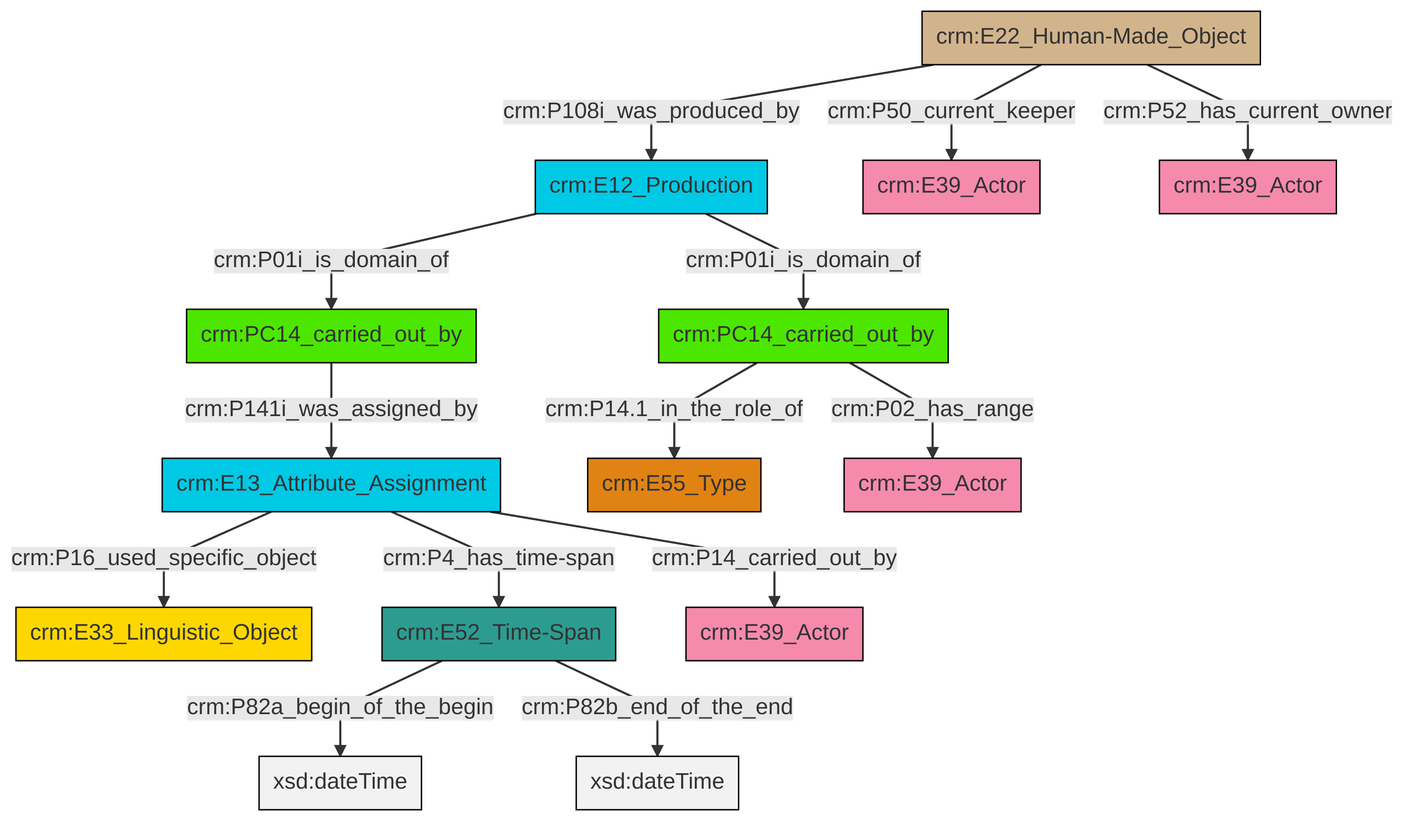
Above: et/carrierCSV/ttl/mmd/png/carrier_relations.png in swiss-art-research-net/docs.swissartresearch (Mermaid), before the change. Its source is kept beside it as et/carrierCSV/ttl/mmd/carrier_relations.ttl.mmd.
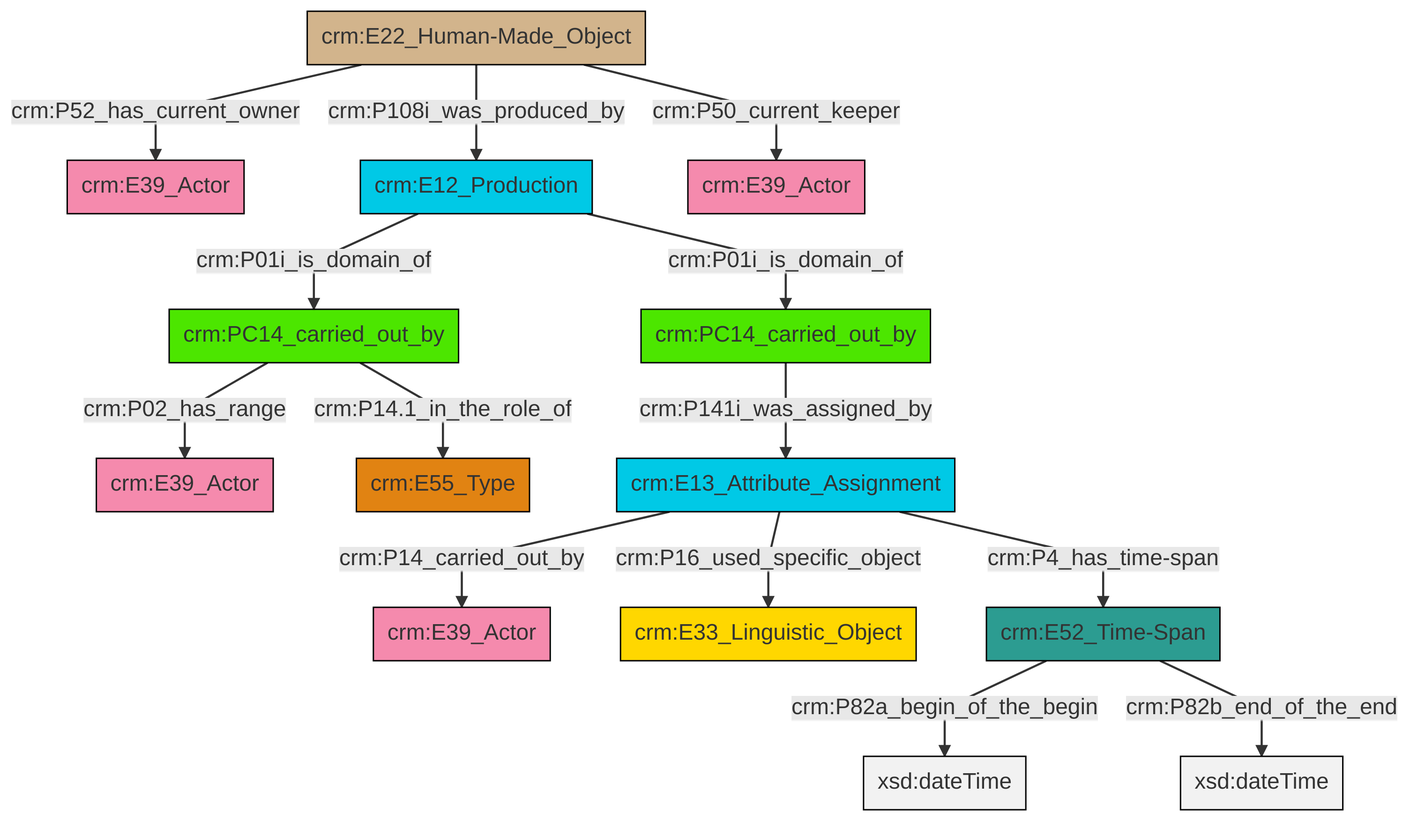
Above is the later version.

Change to the diagram source:
```diff
@@ -13,16 +13,16 @@
 classDef PC_Classes fill:#4ce600, stroke:#000000;
 classDef Multi fill:#cccccc,stroke:#000000;
 
-0["crm:E22_Human-Made_Object"]:::Physical_Thing -->|crm:P108i_was_produced_by| 1["crm:E12_Production"]:::Temporal_Entity
-0["crm:E22_Human-Made_Object"]:::Physical_Thing -->|crm:P50_current_keeper| 2["crm:E39_Actor"]:::Actor
-1["crm:E12_Production"]:::Temporal_Entity -->|crm:P01i_is_domain_of| 3["crm:PC14_carried_out_by"]:::PC_Classes
-4["crm:E13_Attribute_Assignment"]:::Temporal_Entity -->|crm:P16_used_specific_object| 5["crm:E33_Linguistic_Object"]:::Conceptual_Object
-4["crm:E13_Attribute_Assignment"]:::Temporal_Entity -->|crm:P4_has_time-span| 6["crm:E52_Time-Span"]:::Time-Span
-1["crm:E12_Production"]:::Temporal_Entity -->|crm:P01i_is_domain_of| 9["crm:PC14_carried_out_by"]:::PC_Classes
-6["crm:E52_Time-Span"]:::Time-Span -->|crm:P82a_begin_of_the_begin| 11[xsd:dateTime]:::Literal
-3["crm:PC14_carried_out_by"]:::PC_Classes -->|crm:P141i_was_assigned_by| 4["crm:E13_Attribute_Assignment"]:::Temporal_Entity
-9["crm:PC14_carried_out_by"]:::PC_Classes -->|crm:P14.1_in_the_role_of| 15["crm:E55_Type"]:::Type
-4["crm:E13_Attribute_Assignment"]:::Temporal_Entity -->|crm:P14_carried_out_by| 17["crm:E39_Actor"]:::Actor
-6["crm:E52_Time-Span"]:::Time-Span -->|crm:P82b_end_of_the_end| 19[xsd:dateTime]:::Literal
-9["crm:PC14_carried_out_by"]:::PC_Classes -->|crm:P02_has_range| 20["crm:E39_Actor"]:::Actor
-0["crm:E22_Human-Made_Object"]:::Physical_Thing -->|crm:P52_has_current_owner| 23["crm:E39_Actor"]:::Actor
+10["crm:PC14_carried_out_by"]:::PC_Classes -->|crm:P02_has_range| 4["crm:E39_Actor"]:::Actor
+8["crm:E22_Human-Made_Object"]:::Physical_Thing -->|crm:P50_current_keeper| 11["crm:E39_Actor"]:::Actor
+10["crm:PC14_carried_out_by"]:::PC_Classes -->|crm:P14.1_in_the_role_of| 12["crm:E55_Type"]:::Type
+8["crm:E22_Human-Made_Object"]:::Physical_Thing -->|crm:P52_has_current_owner| 0["crm:E39_Actor"]:::Actor
+8["crm:E22_Human-Made_Object"]:::Physical_Thing -->|crm:P108i_was_produced_by| 6["crm:E12_Production"]:::Temporal_Entity
+16["crm:PC14_carried_out_by"]:::PC_Classes -->|crm:P141i_was_assigned_by| 17["crm:E13_Attribute_Assignment"]:::Temporal_Entity
+17["crm:E13_Attribute_Assignment"]:::Temporal_Entity -->|crm:P16_used_specific_object| 13["crm:E33_Linguistic_Object"]:::Conceptual_Object
+17["crm:E13_Attribute_Assignment"]:::Temporal_Entity -->|crm:P14_carried_out_by| 2["crm:E39_Actor"]:::Actor
+19["crm:E52_Time-Span"]:::Time-Span -->|crm:P82a_begin_of_the_begin| 20[xsd:dateTime]:::Literal
+6["crm:E12_Production"]:::Temporal_Entity -->|crm:P01i_is_domain_of| 10["crm:PC14_carried_out_by"]:::PC_Classes
+19["crm:E52_Time-Span"]:::Time-Span -->|crm:P82b_end_of_the_end| 23[xsd:dateTime]:::Literal
+17["crm:E13_Attribute_Assignment"]:::Temporal_Entity -->|crm:P4_has_time-span| 19["crm:E52_Time-Span"]:::Time-Span
+6["crm:E12_Production"]:::Temporal_Entity -->|crm:P01i_is_domain_of| 16["crm:PC14_carried_out_by"]:::PC_Classes
```
